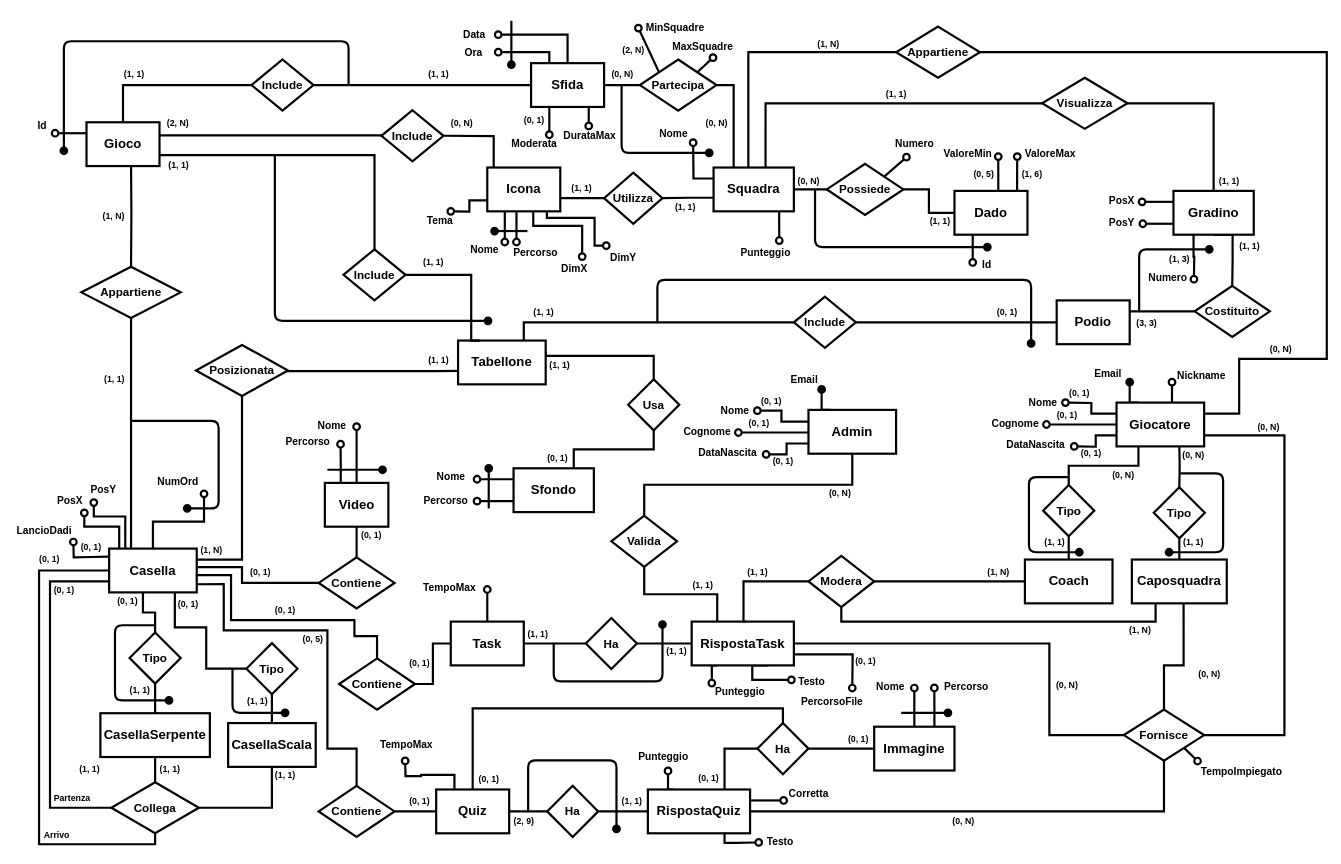
Above: Progetto logico/Schema ER ristrutturato.drawio in lorenzobilli/BD-project (draw.io), before the change. Source tidied: cells renumbered, new cells numbered last; positions are measured from the earlier drawing's top-left corner, leaving out a move shared by most shapes. Both pictures are drawn from the tidied source at 73%, with x=0, y=0 at pixel (12, 20).
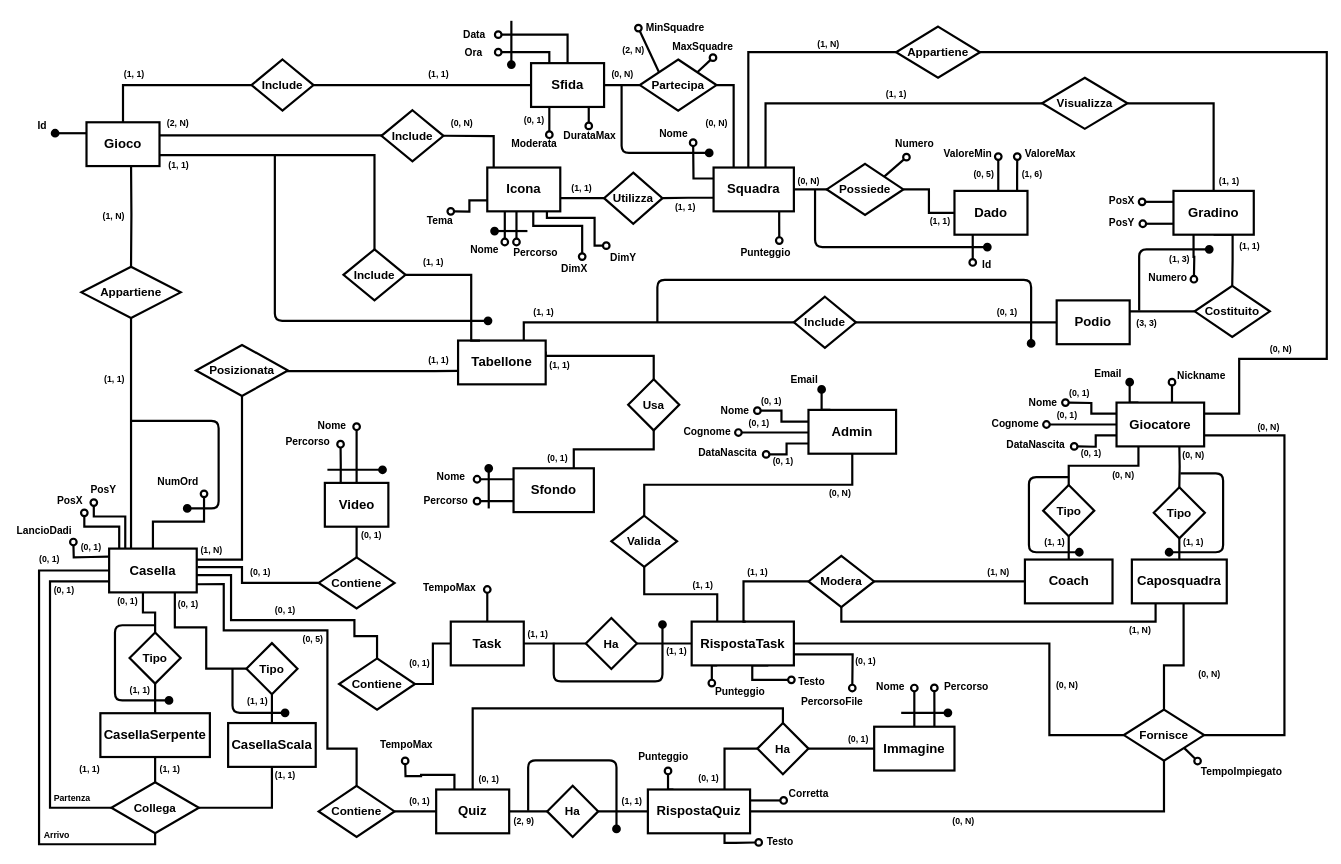
The same diagram, later.

Commit message (it also covers changes not shown here):
Primary key changed for "Gioco" entity

Unchanged cells that the change refers to:
```xml
<mxCell id="6" value="Gioco" style="rounded=0;whiteSpace=wrap;html=1;strokeWidth=3;fontSize=18;shadow=0;fontStyle=1;" parent="1" vertex="1">
  <mxGeometry x="101" y="140" width="100" height="60" as="geometry" />
</mxCell>
```

The edit, as a diff of the source:
```diff
@@
-    <mxCell id="5" style="rounded=0;jettySize=auto;html=1;exitX=0;exitY=0.25;exitDx=0;exitDy=0;endArrow=oval;endFill=0;strokeWidth=3;edgeStyle=orthogonalEdgeStyle;shadow=0;endSize=9;fontStyle=1;" parent="1" edge="1" source="6">
+    <mxCell id="5" style="rounded=0;jettySize=auto;html=1;exitX=0;exitY=0.25;exitDx=0;exitDy=0;endArrow=oval;endFill=1;strokeWidth=3;edgeStyle=orthogonalEdgeStyle;shadow=0;endSize=9;fontStyle=1;" parent="1" edge="1" source="6">
       <mxGeometry relative="1" as="geometry">
         <mxPoint x="58" y="155" as="targetPoint" />
       </mxGeometry>
     </mxCell>
@@
-    <mxCell id="164" style="endArrow=none;html=1;edgeStyle=elbowEdgeStyle;elbow=vertical;startArrow=oval;startFill=1;strokeWidth=3;shadow=0;endSize=9;startSize=9;fontStyle=1;" parent="1" edge="1">
-      <mxGeometry relative="1" as="geometry">
-        <mxPoint x="70" y="179" as="sourcePoint" />
-        <mxPoint x="460" y="89" as="targetPoint" />
-        <Array as="points">
-          <mxPoint x="160" y="29" />
-        </Array>
-      </mxGeometry>
-    </mxCell>
```
